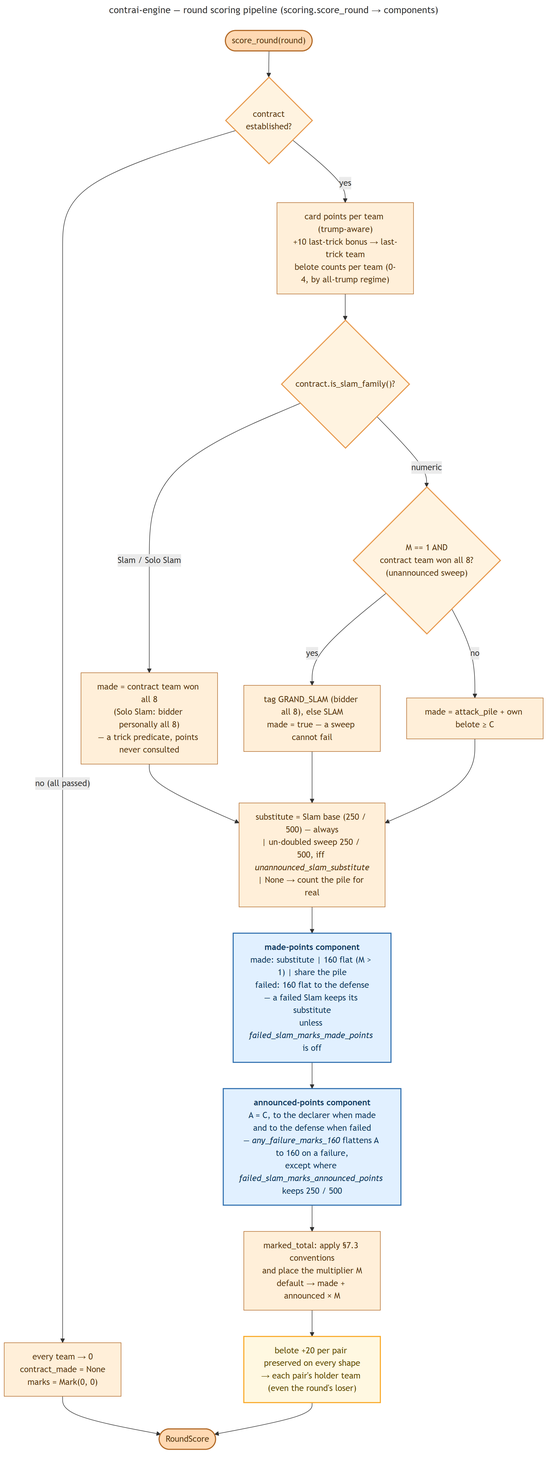
Before: docs/diagrams/flow_scoring.png, a diagram exported from Mermaid (valmathieu/ContrAI). Its source is kept beside it as docs/diagrams/flow_scoring.mmd.
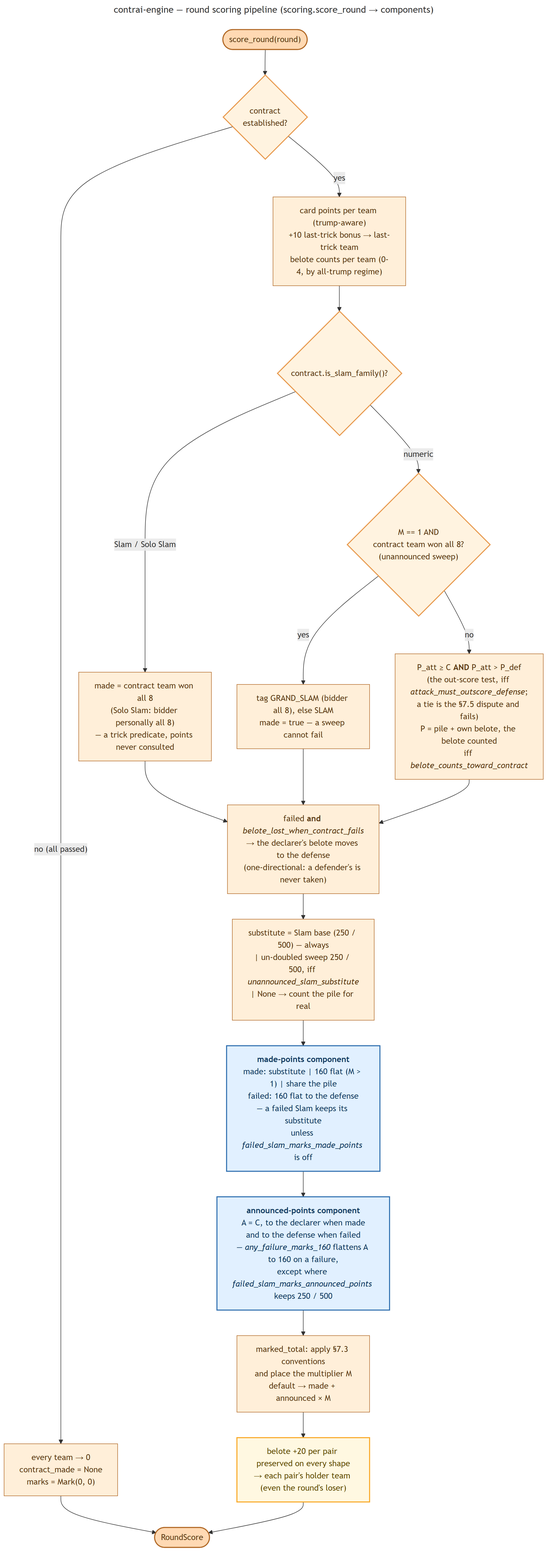
After the change.

Commit message:
feat(engine): judge the contract against the defense and the belote rules

Diff of the diagram source:
```diff
@@ -13,11 +13,14 @@
     Judge -- "Slam / Solo Slam" --> SlamMade["made = contract team won all 8<br/>(Solo Slam: bidder personally all 8)<br/>— a trick predicate, points never consulted"]
     Judge -- "numeric" --> Sweep{"M == 1 AND<br/>contract team won all 8?<br/>(unannounced sweep)"}
     Sweep -- "yes" --> SweepTag["tag GRAND_SLAM (bidder all 8), else SLAM<br/>made = true — a sweep cannot fail"]
-    Sweep -- "no" --> NumMade["made = attack_pile + own belote ≥ C"]
+    Sweep -- "no" --> NumMade["P_att ≥ C <b>AND</b> P_att &gt; P_def<br/>(the out-score test, iff <i>attack_must_outscore_defense</i>;<br/>a tie is the §7.5 dispute and fails)<br/>P = pile + own belote, the belote counted<br/>iff <i>belote_counts_toward_contract</i>"]
 
-    SlamMade --> Subst
-    SweepTag --> Subst
-    NumMade --> Subst
+    SlamMade --> Transfer
+    SweepTag --> Transfer
+    NumMade --> Transfer
+    Transfer["failed <b>and</b> <i>belote_lost_when_contract_fails</i><br/>→ the declarer's belote moves to the defense<br/>(one-directional: a defender's is never taken)"]
+
+    Transfer --> Subst
     Subst["substitute = Slam base (250 / 500) — always<br/>| un-doubled sweep 250 / 500, iff <i>unannounced_slam_substitute</i><br/>| None → count the pile for real"]
 
     Subst --> MadeComp
@@ -39,6 +42,6 @@
 
     class Start,End entry;
     class HasContract,Judge,Sweep decision;
-    class Zero,Points,SlamMade,SweepTag,NumMade,Subst,Reduce step;
+    class Zero,Points,SlamMade,SweepTag,NumMade,Transfer,Subst,Reduce step;
     class MadeComp,AnnComp component;
     class Belote belote;
```
